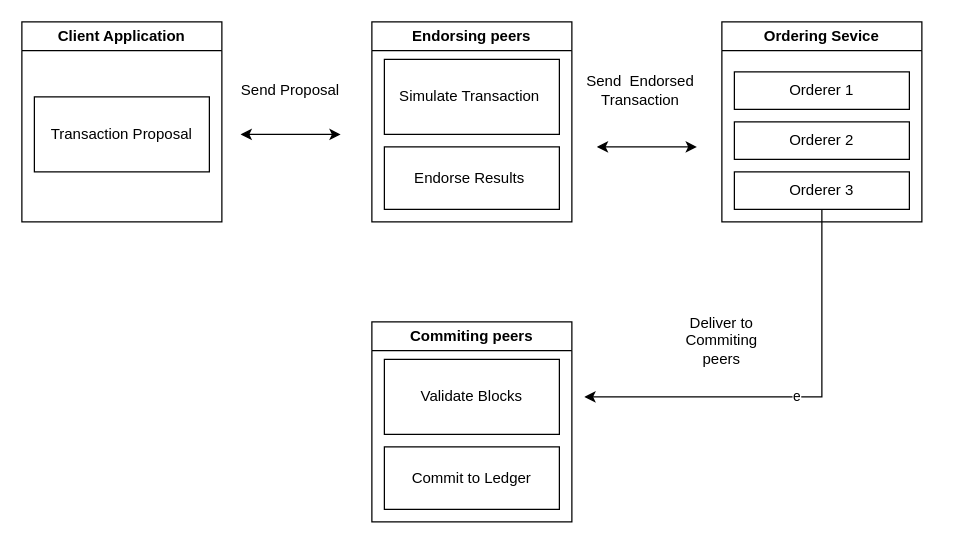
Above: HypeledgerFabricTransactionFlow.drawio in SifisoMzansi/architecture-diagrams (draw.io), before the change. Source tidied: cells renumbered, new cells numbered last; positions are measured from the earlier drawing's top-left corner, leaving out a move shared by most shapes. Both pictures are drawn from the tidied source at 125%, with x=0, y=0 at pixel (21, 21).
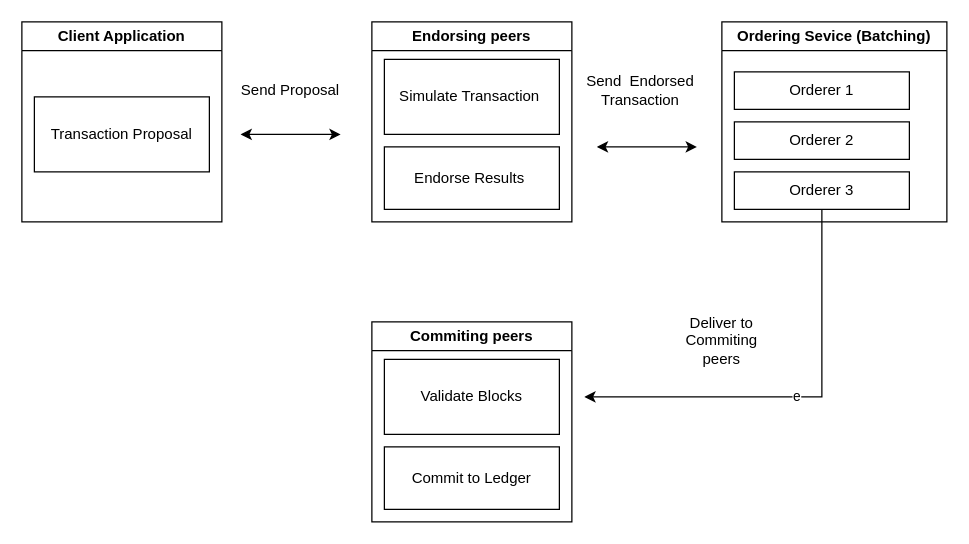
After the change.

The edit, as a diff of the source:
```diff
@@
-    <mxCell id="9" value="Ordering Sevice" style="swimlane;whiteSpace=wrap;html=1;startSize=23;" parent="1" vertex="1">
-      <mxGeometry x="560" width="160" height="160" as="geometry" />
+    <mxCell id="9" value="Ordering Sevice (Batching)" style="swimlane;whiteSpace=wrap;html=1;startSize=23;" parent="1" vertex="1">
+      <mxGeometry x="560" width="180" height="160" as="geometry" />
     </mxCell>
```
